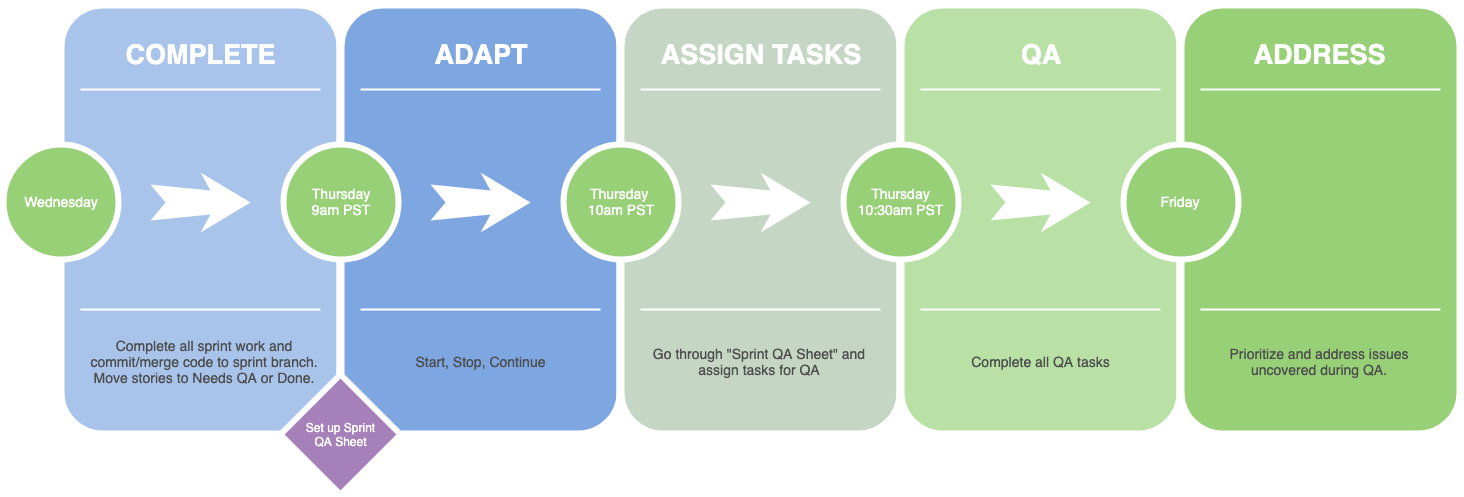
Above: Sprint QA Day.png in JasonHolderness-GV/Wiki-Files (draw.io), before the change. Source tidied: cells renumbered, new cells last; positions are measured from the earlier drawing's top-left corner, leaving out a move shared by most shapes.
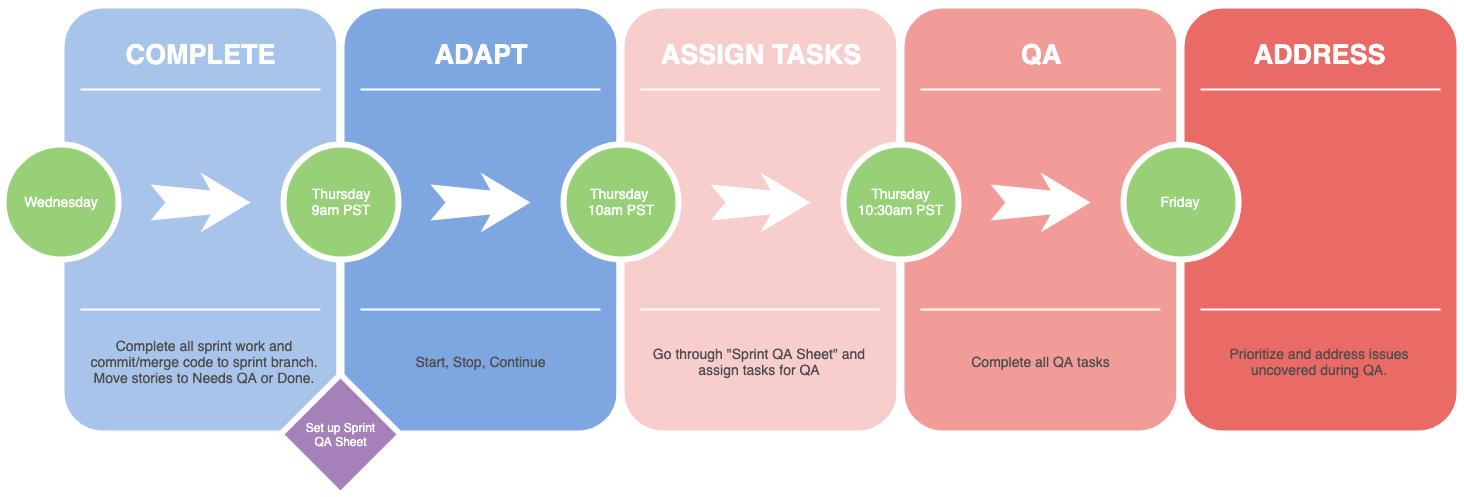
Later version of the same file.

Diff of the diagram source:
```diff
@@ -44,7 +44,7 @@
     <mxCell id="15" style="html=1;shadow=0;dashed=0;align=center;verticalAlign=middle;shape=mxgraph.arrows2.stylisedArrow;dy=0.6;dx=40;notch=15;feather=0.4;rounded=0;strokeWidth=1;fontSize=27;strokeColor=none;fillColor=#FFFFFF;" parent="1" vertex="1">
       <mxGeometry x="427" y="168" width="100" height="60" as="geometry" />
     </mxCell>
-    <mxCell id="16" style="whiteSpace=wrap;html=1;rounded=1;shadow=0;strokeWidth=8;fontSize=20;align=center;fillColor=#C5D6C4;strokeColor=#FFFFFF;" parent="1" vertex="1">
+    <mxCell id="16" style="whiteSpace=wrap;html=1;rounded=1;shadow=0;strokeWidth=8;fontSize=20;align=center;fillColor=#F8CECC;strokeColor=#FFFFFF;" parent="1" vertex="1">
       <mxGeometry x="617" width="280" height="430" as="geometry" />
     </mxCell>
     <mxCell id="17" value="ASSIGN TASKS" style="text;html=1;strokeColor=none;fillColor=none;align=center;verticalAlign=middle;whiteSpace=wrap;rounded=0;shadow=0;fontSize=27;fontColor=#FFFFFF;fontStyle=1;" parent="1" vertex="1">
@@ -65,7 +65,7 @@
     <mxCell id="22" style="html=1;shadow=0;dashed=0;align=center;verticalAlign=middle;shape=mxgraph.arrows2.stylisedArrow;dy=0.6;dx=40;notch=15;feather=0.4;rounded=0;strokeWidth=1;fontSize=27;strokeColor=none;fillColor=#FFFFFF;" parent="1" vertex="1">
       <mxGeometry x="707" y="168" width="100" height="60" as="geometry" />
     </mxCell>
-    <mxCell id="23" style="whiteSpace=wrap;html=1;rounded=1;shadow=0;strokeWidth=8;fontSize=20;align=center;fillColor=#B9E0A5;strokeColor=#FFFFFF;" parent="1" vertex="1">
+    <mxCell id="23" style="whiteSpace=wrap;html=1;rounded=1;shadow=0;strokeWidth=8;fontSize=20;align=center;fillColor=#F19C99;strokeColor=#FFFFFF;" parent="1" vertex="1">
       <mxGeometry x="897" width="280" height="430" as="geometry" />
     </mxCell>
     <mxCell id="24" value="QA" style="text;html=1;strokeColor=none;fillColor=none;align=center;verticalAlign=middle;whiteSpace=wrap;rounded=0;shadow=0;fontSize=27;fontColor=#FFFFFF;fontStyle=1;" parent="1" vertex="1">
@@ -92,7 +92,7 @@
     <mxCell id="31" value="QA" style="text;html=1;strokeColor=none;fillColor=none;align=center;verticalAlign=middle;whiteSpace=wrap;rounded=0;shadow=0;fontSize=27;fontColor=#FFFFFF;fontStyle=1;" parent="1" vertex="1">
       <mxGeometry x="1177" y="20" width="280" height="60" as="geometry" />
     </mxCell>
-    <mxCell id="32" style="whiteSpace=wrap;html=1;rounded=1;shadow=0;strokeWidth=8;fontSize=20;align=center;fillColor=#97D077;strokeColor=#FFFFFF;" parent="1" vertex="1">
+    <mxCell id="32" style="whiteSpace=wrap;html=1;rounded=1;shadow=0;strokeWidth=8;fontSize=20;align=center;fillColor=#EA6B66;strokeColor=#FFFFFF;" parent="1" vertex="1">
       <mxGeometry x="1177" width="280" height="430" as="geometry" />
     </mxCell>
     <mxCell id="33" style="line;strokeWidth=2;html=1;rounded=0;shadow=0;fontSize=27;align=center;fillColor=none;strokeColor=#FFFFFF;" parent="1" vertex="1">
```
